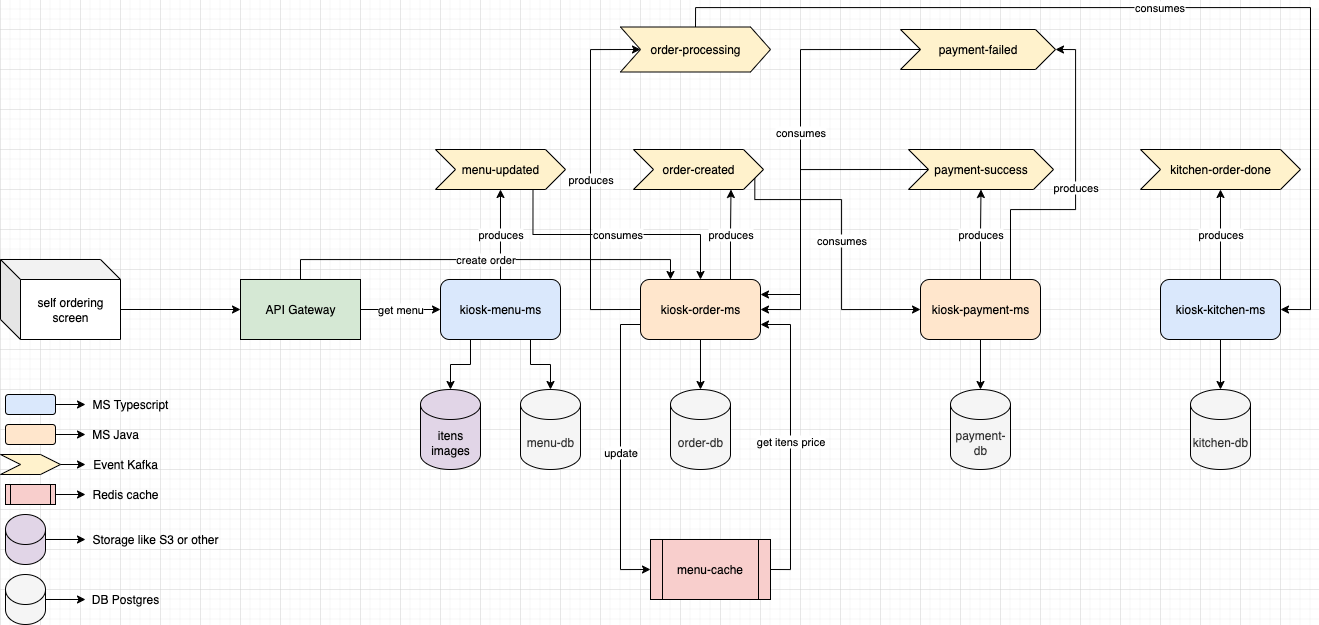
Earlier version of the draw.io export docs/kiosk_arch.png (JanainaPaula/kiosk). Source tidied: cells renumbered, new cells last; positions are measured from the earlier drawing's top-left corner, leaving out a move shared by most shapes. Its diagram source:
```xml
<mxGraphModel>
  <root>
    <mxCell id="0" />
    <mxCell id="1" parent="0" />
    <mxCell id="2" value="produces" style="edgeStyle=orthogonalEdgeStyle;rounded=0;jettySize=auto;html=1;exitX=0.5;exitY=0;exitDx=0;exitDy=0;entryX=0.5;entryY=1;entryDx=0;entryDy=0;" parent="1" edge="1" source="3" target="25">
      <mxGeometry relative="1" as="geometry" />
    </mxCell>
    <mxCell id="3" value="kiosk-menu-ms" style="rounded=1;whiteSpace=wrap;html=1;fillColor=#dae8fc;strokeColor=#000000;" parent="1" vertex="1">
      <mxGeometry x="440" y="272" width="120" height="60" as="geometry" />
    </mxCell>
    <mxCell id="4" value="produces" style="edgeStyle=orthogonalEdgeStyle;rounded=0;jettySize=auto;html=1;exitX=0.75;exitY=0;exitDx=0;exitDy=0;entryX=0.75;entryY=1;entryDx=0;entryDy=0;" parent="1" edge="1" source="7" target="18">
      <mxGeometry relative="1" as="geometry" />
    </mxCell>
    <mxCell id="5" value="produces" style="edgeStyle=orthogonalEdgeStyle;rounded=0;jettySize=auto;html=1;exitX=0;exitY=0.5;exitDx=0;exitDy=0;entryX=0;entryY=0.5;entryDx=0;entryDy=0;" parent="1" edge="1" source="7" target="29">
      <mxGeometry relative="1" as="geometry">
        <Array as="points">
          <mxPoint x="590" y="302" />
          <mxPoint x="590" y="42" />
        </Array>
      </mxGeometry>
    </mxCell>
    <mxCell id="6" value="update" style="edgeStyle=orthogonalEdgeStyle;rounded=0;jettySize=auto;html=1;exitX=0;exitY=0.75;exitDx=0;exitDy=0;entryX=0;entryY=0.5;entryDx=0;entryDy=0;" parent="1" edge="1" source="7" target="16">
      <mxGeometry relative="1" as="geometry" />
    </mxCell>
    <mxCell id="7" value="kiosk-order-ms" style="rounded=1;whiteSpace=wrap;html=1;fillColor=#ffe6cc;strokeColor=#000000;" parent="1" vertex="1">
      <mxGeometry x="640" y="272" width="120" height="60" as="geometry" />
    </mxCell>
    <mxCell id="8" value="produces" style="edgeStyle=orthogonalEdgeStyle;rounded=0;jettySize=auto;html=1;exitX=0.5;exitY=0;exitDx=0;exitDy=0;entryX=0.5;entryY=1;entryDx=0;entryDy=0;" parent="1" edge="1" source="9" target="23">
      <mxGeometry relative="1" as="geometry" />
    </mxCell>
    <mxCell id="9" value="kiosk-kitchen-ms" style="rounded=1;whiteSpace=wrap;html=1;fillColor=#dae8fc;strokeColor=#000000;" parent="1" vertex="1">
      <mxGeometry x="1160" y="272" width="120" height="60" as="geometry" />
    </mxCell>
    <mxCell id="10" value="produces" style="edgeStyle=orthogonalEdgeStyle;rounded=0;jettySize=auto;html=1;exitX=0.5;exitY=0;exitDx=0;exitDy=0;entryX=0.5;entryY=1;entryDx=0;entryDy=0;" parent="1" edge="1" source="12" target="20">
      <mxGeometry relative="1" as="geometry" />
    </mxCell>
    <mxCell id="11" value="produces" style="edgeStyle=orthogonalEdgeStyle;rounded=0;jettySize=auto;html=1;exitX=0.75;exitY=0;exitDx=0;exitDy=0;entryX=1;entryY=0.5;entryDx=0;entryDy=0;" parent="1" edge="1" source="12" target="22">
      <mxGeometry relative="1" as="geometry">
        <Array as="points">
          <mxPoint x="1010" y="202" />
          <mxPoint x="1075" y="202" />
          <mxPoint x="1075" y="42" />
        </Array>
      </mxGeometry>
    </mxCell>
    <mxCell id="12" value="kiosk-payment-ms" style="rounded=1;whiteSpace=wrap;html=1;fillColor=#ffe6cc;strokeColor=#000000;" parent="1" vertex="1">
      <mxGeometry x="920" y="272" width="120" height="60" as="geometry" />
    </mxCell>
    <mxCell id="13" style="edgeStyle=orthogonalEdgeStyle;rounded=0;jettySize=auto;html=1;exitX=0;exitY=0;exitDx=120;exitDy=50;exitPerimeter=0;entryX=0;entryY=0.5;entryDx=0;entryDy=0;" parent="1" edge="1" source="14" target="33">
      <mxGeometry relative="1" as="geometry" />
    </mxCell>
    <mxCell id="14" value="self ordering screen" style="shape=cube;whiteSpace=wrap;html=1;boundedLbl=1;backgroundOutline=1;darkOpacity=0.05;darkOpacity2=0.1;" parent="1" vertex="1">
      <mxGeometry y="252" width="120" height="80" as="geometry" />
    </mxCell>
    <mxCell id="15" value="get itens price" style="edgeStyle=orthogonalEdgeStyle;rounded=0;jettySize=auto;html=1;exitX=1;exitY=0.5;exitDx=0;exitDy=0;entryX=1;entryY=0.75;entryDx=0;entryDy=0;" parent="1" edge="1" source="16" target="7">
      <mxGeometry relative="1" as="geometry" />
    </mxCell>
    <mxCell id="16" value="menu-cache" style="shape=process;whiteSpace=wrap;html=1;backgroundOutline=1;fillColor=#f8cecc;strokeColor=#000000;" parent="1" vertex="1">
      <mxGeometry x="650" y="532" width="120" height="60" as="geometry" />
    </mxCell>
    <mxCell id="17" value="consumes" style="edgeStyle=orthogonalEdgeStyle;rounded=0;jettySize=auto;html=1;exitX=1;exitY=0.75;exitDx=0;exitDy=0;entryX=0;entryY=0.5;entryDx=0;entryDy=0;" parent="1" edge="1" source="18" target="12">
      <mxGeometry relative="1" as="geometry">
        <Array as="points">
          <mxPoint x="754" y="192" />
          <mxPoint x="841" y="192" />
          <mxPoint x="841" y="302" />
        </Array>
      </mxGeometry>
    </mxCell>
    <mxCell id="18" value="order-created" style="shape=step;perimeter=stepPerimeter;whiteSpace=wrap;html=1;fixedSize=1;fillColor=#fff2cc;strokeColor=#000000;" parent="1" vertex="1">
      <mxGeometry x="633" y="142" width="130" height="40" as="geometry" />
    </mxCell>
    <mxCell id="19" style="edgeStyle=orthogonalEdgeStyle;rounded=0;orthogonalLoop=1;jettySize=auto;html=1;exitX=0;exitY=0.5;exitDx=0;exitDy=0;entryX=1;entryY=0.5;entryDx=0;entryDy=0;" parent="1" edge="1">
      <mxGeometry relative="1" as="geometry">
        <mxPoint x="928" y="162" as="sourcePoint" />
        <mxPoint x="760" y="302" as="targetPoint" />
        <Array as="points">
          <mxPoint x="800" y="162" />
          <mxPoint x="800" y="302" />
        </Array>
      </mxGeometry>
    </mxCell>
    <mxCell id="20" value="payment-success" style="shape=step;perimeter=stepPerimeter;whiteSpace=wrap;html=1;fixedSize=1;fillColor=#fff2cc;strokeColor=#000000;" parent="1" vertex="1">
      <mxGeometry x="908" y="142" width="145" height="40" as="geometry" />
    </mxCell>
    <mxCell id="21" value="consumes" style="edgeStyle=orthogonalEdgeStyle;rounded=0;jettySize=auto;html=1;exitX=0;exitY=0.5;exitDx=0;exitDy=0;entryX=1;entryY=0.25;entryDx=0;entryDy=0;" parent="1" edge="1" source="22" target="7">
      <mxGeometry relative="1" as="geometry">
        <Array as="points">
          <mxPoint x="800" y="42" />
          <mxPoint x="800" y="287" />
        </Array>
      </mxGeometry>
    </mxCell>
    <mxCell id="22" value="payment-failed" style="shape=step;perimeter=stepPerimeter;whiteSpace=wrap;html=1;fixedSize=1;fillColor=#fff2cc;strokeColor=#000000;" parent="1" vertex="1">
      <mxGeometry x="900" y="22" width="155" height="40" as="geometry" />
    </mxCell>
    <mxCell id="23" value="kitchen-order-done" style="shape=step;perimeter=stepPerimeter;whiteSpace=wrap;html=1;fixedSize=1;fillColor=#fff2cc;strokeColor=#000000;" parent="1" vertex="1">
      <mxGeometry x="1140" y="142" width="160" height="40" as="geometry" />
    </mxCell>
    <mxCell id="24" value="consumes" style="edgeStyle=orthogonalEdgeStyle;rounded=0;jettySize=auto;html=1;exitX=0.75;exitY=1;exitDx=0;exitDy=0;entryX=0.5;entryY=0;entryDx=0;entryDy=0;" parent="1" edge="1" source="25" target="7">
      <mxGeometry relative="1" as="geometry" />
    </mxCell>
    <mxCell id="25" value="&lt;div&gt;&lt;span style=&quot;background-color: transparent; color: light-dark(rgb(0, 0, 0), rgb(255, 255, 255));&quot;&gt;menu-updated&lt;/span&gt;&lt;/div&gt;" style="shape=step;perimeter=stepPerimeter;whiteSpace=wrap;html=1;fixedSize=1;fillColor=#fff2cc;strokeColor=#000000;" parent="1" vertex="1">
      <mxGeometry x="435" y="142" width="130" height="40" as="geometry" />
    </mxCell>
    <mxCell id="26" value="&lt;span style=&quot;background-color: transparent; color: light-dark(rgb(51, 51, 51), rgb(193, 193, 193));&quot;&gt;menu-db&lt;/span&gt;" style="shape=cylinder3;whiteSpace=wrap;html=1;boundedLbl=1;backgroundOutline=1;size=15;fillColor=#f5f5f5;fontColor=#333333;strokeColor=#000000;" parent="1" vertex="1">
      <mxGeometry x="520" y="382" width="60" height="80" as="geometry" />
    </mxCell>
    <mxCell id="27" value="&lt;div&gt;itens images&lt;/div&gt;" style="shape=cylinder3;whiteSpace=wrap;html=1;boundedLbl=1;backgroundOutline=1;size=15;fillColor=#e1d5e7;strokeColor=#000000;" parent="1" vertex="1">
      <mxGeometry x="420" y="382" width="60" height="80" as="geometry" />
    </mxCell>
    <mxCell id="28" value="consumes" style="edgeStyle=orthogonalEdgeStyle;rounded=0;jettySize=auto;html=1;exitX=0.5;exitY=0;exitDx=0;exitDy=0;entryX=1;entryY=0.5;entryDx=0;entryDy=0;" parent="1" edge="1" source="29" target="9">
      <mxGeometry relative="1" as="geometry">
        <Array as="points">
          <mxPoint x="695" />
          <mxPoint x="1310" />
          <mxPoint x="1310" y="302" />
        </Array>
      </mxGeometry>
    </mxCell>
    <mxCell id="29" value="order-processing" style="shape=step;perimeter=stepPerimeter;whiteSpace=wrap;html=1;fixedSize=1;fillColor=#fff2cc;strokeColor=#000000;" parent="1" vertex="1">
      <mxGeometry x="620" y="19.5" width="150" height="45" as="geometry" />
    </mxCell>
    <mxCell id="30" value="&lt;div&gt;&lt;span style=&quot;background-color: transparent; color: light-dark(rgb(51, 51, 51), rgb(193, 193, 193));&quot;&gt;order-db&lt;/span&gt;&lt;/div&gt;" style="shape=cylinder3;whiteSpace=wrap;html=1;boundedLbl=1;backgroundOutline=1;size=15;fillColor=#f5f5f5;fontColor=#333333;strokeColor=#000000;" parent="1" vertex="1">
      <mxGeometry x="670" y="382" width="60" height="80" as="geometry" />
    </mxCell>
    <mxCell id="31" value="get menu" style="edgeStyle=orthogonalEdgeStyle;rounded=0;jettySize=auto;html=1;exitX=1;exitY=0.5;exitDx=0;exitDy=0;entryX=0;entryY=0.5;entryDx=0;entryDy=0;" parent="1" edge="1" source="33" target="3">
      <mxGeometry relative="1" as="geometry" />
    </mxCell>
    <mxCell id="32" value="create order" style="edgeStyle=orthogonalEdgeStyle;rounded=0;jettySize=auto;html=1;exitX=0.5;exitY=0;exitDx=0;exitDy=0;entryX=0.25;entryY=0;entryDx=0;entryDy=0;" parent="1" edge="1" source="33" target="7">
      <mxGeometry relative="1" as="geometry" />
    </mxCell>
    <mxCell id="33" value="API Gateway" style="rounded=0;whiteSpace=wrap;html=1;fillColor=#d5e8d4;strokeColor=#000000;" parent="1" vertex="1">
      <mxGeometry x="240" y="272" width="120" height="60" as="geometry" />
    </mxCell>
    <mxCell id="34" value="&lt;div&gt;&lt;span style=&quot;background-color: transparent; color: light-dark(rgb(51, 51, 51), rgb(193, 193, 193));&quot;&gt;payment-db&lt;/span&gt;&lt;/div&gt;" style="shape=cylinder3;whiteSpace=wrap;html=1;boundedLbl=1;backgroundOutline=1;size=15;fillColor=#f5f5f5;fontColor=#333333;strokeColor=#000000;" parent="1" vertex="1">
      <mxGeometry x="950" y="382" width="60" height="80" as="geometry" />
    </mxCell>
    <mxCell id="35" value="&lt;div&gt;&lt;span style=&quot;background-color: transparent; color: light-dark(rgb(51, 51, 51), rgb(193, 193, 193));&quot;&gt;kitchen-db&lt;/span&gt;&lt;/div&gt;" style="shape=cylinder3;whiteSpace=wrap;html=1;boundedLbl=1;backgroundOutline=1;size=15;fillColor=#f5f5f5;fontColor=#333333;strokeColor=#000000;" parent="1" vertex="1">
      <mxGeometry x="1190" y="382" width="60" height="80" as="geometry" />
    </mxCell>
    <mxCell id="36" style="edgeStyle=orthogonalEdgeStyle;rounded=0;jettySize=auto;html=1;exitX=0.25;exitY=1;exitDx=0;exitDy=0;entryX=0.5;entryY=0;entryDx=0;entryDy=0;entryPerimeter=0;" parent="1" edge="1" source="3" target="27">
      <mxGeometry relative="1" as="geometry" />
    </mxCell>
    <mxCell id="37" style="edgeStyle=orthogonalEdgeStyle;rounded=0;jettySize=auto;html=1;exitX=0.75;exitY=1;exitDx=0;exitDy=0;entryX=0.5;entryY=0;entryDx=0;entryDy=0;entryPerimeter=0;" parent="1" edge="1" source="3" target="26">
      <mxGeometry relative="1" as="geometry" />
    </mxCell>
    <mxCell id="38" style="edgeStyle=orthogonalEdgeStyle;rounded=0;jettySize=auto;html=1;exitX=0.5;exitY=1;exitDx=0;exitDy=0;entryX=0.5;entryY=0;entryDx=0;entryDy=0;entryPerimeter=0;" parent="1" edge="1" source="7" target="30">
      <mxGeometry relative="1" as="geometry" />
    </mxCell>
    <mxCell id="39" style="edgeStyle=orthogonalEdgeStyle;rounded=0;jettySize=auto;html=1;exitX=0.5;exitY=1;exitDx=0;exitDy=0;entryX=0.5;entryY=0;entryDx=0;entryDy=0;entryPerimeter=0;" parent="1" edge="1" source="12" target="34">
      <mxGeometry relative="1" as="geometry" />
    </mxCell>
    <mxCell id="40" style="edgeStyle=orthogonalEdgeStyle;rounded=0;jettySize=auto;html=1;exitX=0.5;exitY=1;exitDx=0;exitDy=0;entryX=0.5;entryY=0;entryDx=0;entryDy=0;entryPerimeter=0;" parent="1" edge="1" source="9" target="35">
      <mxGeometry relative="1" as="geometry" />
    </mxCell>
    <mxCell id="41" style="group;" parent="1" vertex="1">
      <mxGeometry y="382" width="225" height="235" as="geometry" />
    </mxCell>
    <mxCell id="42" style="edgeStyle=orthogonalEdgeStyle;rounded=0;jettySize=auto;html=1;exitX=1;exitY=0.5;exitDx=0;exitDy=0;entryX=0;entryY=0.5;entryDx=0;entryDy=0;" parent="41" edge="1" source="43" target="54">
      <mxGeometry relative="1" as="geometry" />
    </mxCell>
    <mxCell id="43" style="rounded=1;whiteSpace=wrap;html=1;fillColor=#dae8fc;strokeColor=#000000;" parent="41" vertex="1">
      <mxGeometry x="5" y="5" width="50" height="20" as="geometry" />
    </mxCell>
    <mxCell id="44" style="edgeStyle=orthogonalEdgeStyle;rounded=0;jettySize=auto;html=1;exitX=1;exitY=0.5;exitDx=0;exitDy=0;" parent="41" edge="1" source="45" target="55">
      <mxGeometry relative="1" as="geometry" />
    </mxCell>
    <mxCell id="45" style="rounded=1;whiteSpace=wrap;html=1;fillColor=#ffe6cc;strokeColor=#000000;" parent="41" vertex="1">
      <mxGeometry x="5" y="35" width="50" height="20" as="geometry" />
    </mxCell>
    <mxCell id="46" style="edgeStyle=orthogonalEdgeStyle;rounded=0;jettySize=auto;html=1;exitX=1;exitY=0.5;exitDx=0;exitDy=0;entryX=0;entryY=0.5;entryDx=0;entryDy=0;" parent="41" edge="1" source="47" target="56">
      <mxGeometry relative="1" as="geometry" />
    </mxCell>
    <mxCell id="47" style="shape=step;perimeter=stepPerimeter;whiteSpace=wrap;html=1;fixedSize=1;fillColor=#fff2cc;strokeColor=#000000;" parent="41" vertex="1">
      <mxGeometry y="65" width="60" height="20" as="geometry" />
    </mxCell>
    <mxCell id="48" style="edgeStyle=orthogonalEdgeStyle;rounded=0;jettySize=auto;html=1;exitX=1;exitY=0.5;exitDx=0;exitDy=0;exitPerimeter=0;entryX=0;entryY=0.5;entryDx=0;entryDy=0;" parent="41" edge="1" source="49" target="58">
      <mxGeometry relative="1" as="geometry" />
    </mxCell>
    <mxCell id="49" style="shape=cylinder3;whiteSpace=wrap;html=1;boundedLbl=1;backgroundOutline=1;size=15;fillColor=#e1d5e7;strokeColor=#000000;" parent="41" vertex="1">
      <mxGeometry x="5" y="125" width="40" height="50" as="geometry" />
    </mxCell>
    <mxCell id="50" style="edgeStyle=orthogonalEdgeStyle;rounded=0;jettySize=auto;html=1;exitX=1;exitY=0.5;exitDx=0;exitDy=0;exitPerimeter=0;entryX=0;entryY=0.5;entryDx=0;entryDy=0;" parent="41" edge="1" source="51" target="59">
      <mxGeometry relative="1" as="geometry" />
    </mxCell>
    <mxCell id="51" style="shape=cylinder3;whiteSpace=wrap;html=1;boundedLbl=1;backgroundOutline=1;size=15;fillColor=#f5f5f5;strokeColor=#000000;fontColor=#333333;" parent="41" vertex="1">
      <mxGeometry x="5" y="185" width="40" height="50" as="geometry" />
    </mxCell>
    <mxCell id="52" style="edgeStyle=orthogonalEdgeStyle;rounded=0;jettySize=auto;html=1;exitX=1;exitY=0.5;exitDx=0;exitDy=0;entryX=0;entryY=0.5;entryDx=0;entryDy=0;" parent="41" edge="1" source="53" target="57">
      <mxGeometry relative="1" as="geometry" />
    </mxCell>
    <mxCell id="53" style="shape=process;whiteSpace=wrap;html=1;backgroundOutline=1;fillColor=#f8cecc;strokeColor=#000000;" parent="41" vertex="1">
      <mxGeometry x="5" y="95" width="50" height="20" as="geometry" />
    </mxCell>
    <mxCell id="54" value="MS Typescript" style="text;html=1;align=center;verticalAlign=middle;whiteSpace=wrap;rounded=0;" parent="41" vertex="1">
      <mxGeometry x="85" width="90" height="30" as="geometry" />
    </mxCell>
    <mxCell id="55" value="MS Java" style="text;html=1;align=center;verticalAlign=middle;whiteSpace=wrap;rounded=0;" parent="41" vertex="1">
      <mxGeometry x="85" y="30" width="60" height="30" as="geometry" />
    </mxCell>
    <mxCell id="56" value="Event Kafka" style="text;html=1;align=center;verticalAlign=middle;whiteSpace=wrap;rounded=0;" parent="41" vertex="1">
      <mxGeometry x="85" y="60" width="80" height="30" as="geometry" />
    </mxCell>
    <mxCell id="57" value="Redis cache" style="text;html=1;align=center;verticalAlign=middle;whiteSpace=wrap;rounded=0;" parent="41" vertex="1">
      <mxGeometry x="85" y="90" width="80" height="30" as="geometry" />
    </mxCell>
    <mxCell id="58" value="Storage like S3 or other" style="text;html=1;align=center;verticalAlign=middle;whiteSpace=wrap;rounded=0;" parent="41" vertex="1">
      <mxGeometry x="85" y="135" width="140" height="30" as="geometry" />
    </mxCell>
    <mxCell id="59" value="DB Postgres" style="text;html=1;align=center;verticalAlign=middle;whiteSpace=wrap;rounded=0;" parent="41" vertex="1">
      <mxGeometry x="85" y="195" width="80" height="30" as="geometry" />
    </mxCell>
  </root>
</mxGraphModel>
```
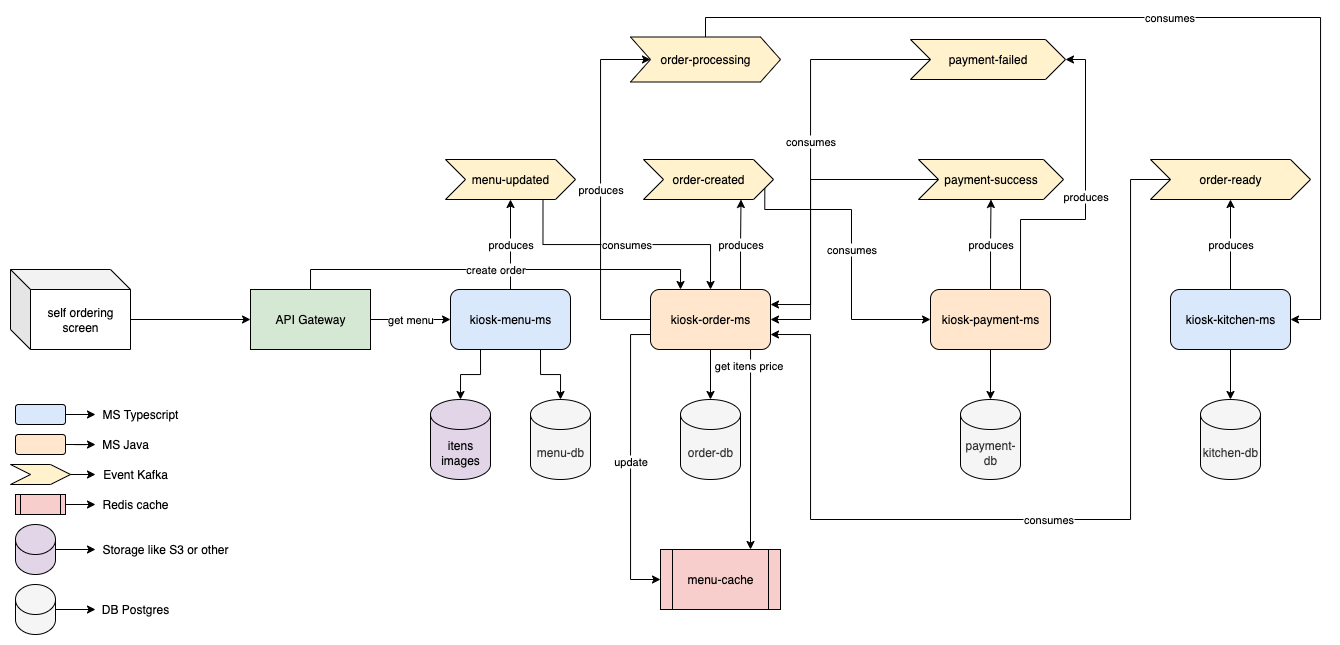
Above is the later version.

The edit, as a diff of the source:
```diff
@@ -22,6 +22,16 @@
     <mxCell id="6" value="update" style="edgeStyle=orthogonalEdgeStyle;rounded=0;jettySize=auto;html=1;exitX=0;exitY=0.75;exitDx=0;exitDy=0;entryX=0;entryY=0.5;entryDx=0;entryDy=0;" parent="1" edge="1" source="7" target="16">
       <mxGeometry relative="1" as="geometry" />
     </mxCell>
+    <mxCell id="60" style="edgeStyle=orthogonalEdgeStyle;rounded=0;jettySize=auto;html=1;exitX=0.75;exitY=1;exitDx=0;exitDy=0;entryX=0.75;entryY=0;entryDx=0;entryDy=0;" parent="1" edge="1" source="7" target="16">
+      <mxGeometry relative="1" as="geometry">
+        <Array as="points">
+          <mxPoint x="740" y="332" />
+        </Array>
+      </mxGeometry>
+    </mxCell>
+    <mxCell id="15" value="get itens price" style="edgeLabel;html=1;align=center;verticalAlign=middle;" parent="60" vertex="1">
+      <mxGeometry x="-0.76" y="-3" relative="1" as="geometry" />
+    </mxCell>
     <mxCell id="7" value="kiosk-order-ms" style="rounded=1;whiteSpace=wrap;html=1;fillColor=#ffe6cc;strokeColor=#000000;" parent="1" vertex="1">
       <mxGeometry x="640" y="272" width="120" height="60" as="geometry" />
     </mxCell>
@@ -52,9 +62,6 @@
     <mxCell id="14" value="self ordering screen" style="shape=cube;whiteSpace=wrap;html=1;boundedLbl=1;backgroundOutline=1;darkOpacity=0.05;darkOpacity2=0.1;" parent="1" vertex="1">
       <mxGeometry y="252" width="120" height="80" as="geometry" />
     </mxCell>
-    <mxCell id="15" value="get itens price" style="edgeStyle=orthogonalEdgeStyle;rounded=0;jettySize=auto;html=1;exitX=1;exitY=0.5;exitDx=0;exitDy=0;entryX=1;entryY=0.75;entryDx=0;entryDy=0;" parent="1" edge="1" source="16" target="7">
-      <mxGeometry relative="1" as="geometry" />
-    </mxCell>
     <mxCell id="16" value="menu-cache" style="shape=process;whiteSpace=wrap;html=1;backgroundOutline=1;fillColor=#f8cecc;strokeColor=#000000;" parent="1" vertex="1">
       <mxGeometry x="650" y="532" width="120" height="60" as="geometry" />
     </mxCell>
@@ -94,7 +101,17 @@
     <mxCell id="22" value="payment-failed" style="shape=step;perimeter=stepPerimeter;whiteSpace=wrap;html=1;fixedSize=1;fillColor=#fff2cc;strokeColor=#000000;" parent="1" vertex="1">
       <mxGeometry x="900" y="22" width="155" height="40" as="geometry" />
     </mxCell>
+    <mxCell id="61" value="consumes" style="edgeStyle=orthogonalEdgeStyle;rounded=0;jettySize=auto;html=1;exitX=0;exitY=0.5;exitDx=0;exitDy=0;entryX=1;entryY=0.75;entryDx=0;entryDy=0;" parent="1" edge="1" source="23" target="7">
+      <mxGeometry relative="1" as="geometry">
+        <Array as="points">
+          <mxPoint x="1120" y="162" />
+          <mxPoint x="1120" y="502" />
+          <mxPoint x="800" y="502" />
+          <mxPoint x="800" y="317" />
+        </Array>
+      </mxGeometry>
+    </mxCell>
-    <mxCell id="23" value="kitchen-order-done" style="shape=step;perimeter=stepPerimeter;whiteSpace=wrap;html=1;fixedSize=1;fillColor=#fff2cc;strokeColor=#000000;" parent="1" vertex="1">
+    <mxCell id="23" value="order-ready" style="shape=step;perimeter=stepPerimeter;whiteSpace=wrap;html=1;fixedSize=1;fillColor=#fff2cc;strokeColor=#000000;" parent="1" vertex="1">
       <mxGeometry x="1140" y="142" width="160" height="40" as="geometry" />
     </mxCell>
     <mxCell id="24" value="consumes" style="edgeStyle=orthogonalEdgeStyle;rounded=0;jettySize=auto;html=1;exitX=0.75;exitY=1;exitDx=0;exitDy=0;entryX=0.5;entryY=0;entryDx=0;entryDy=0;" parent="1" edge="1" source="25" target="7">
```
